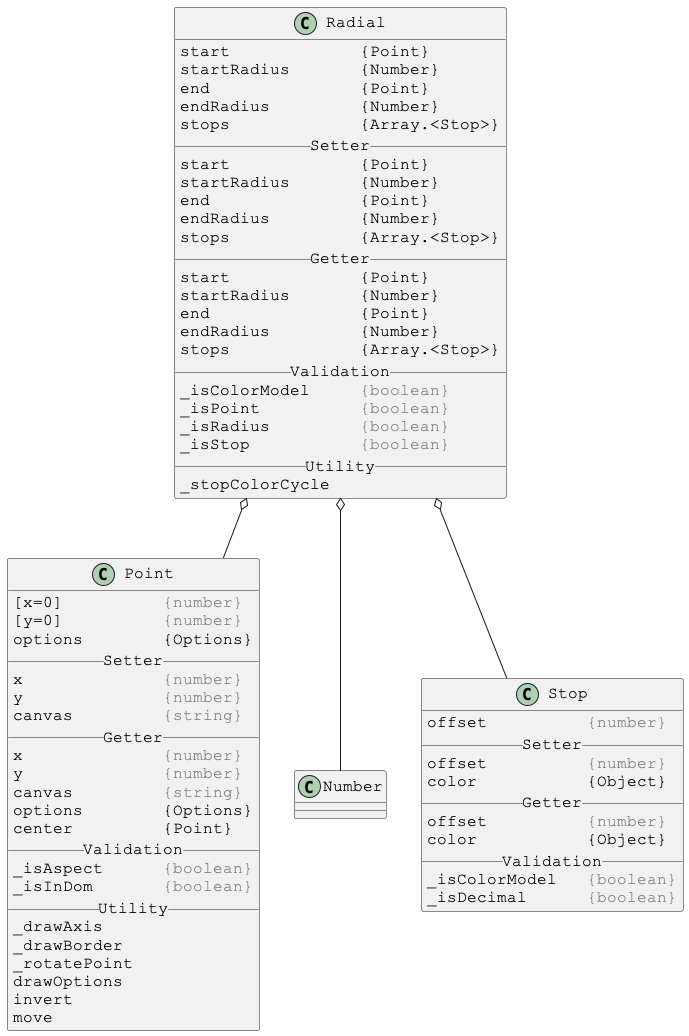
Justin-Byrne/canvasLab keeps this PlantUML diagram as docs/PlantUml/image/linked/Radial-linked.png. Above is the earlier version.
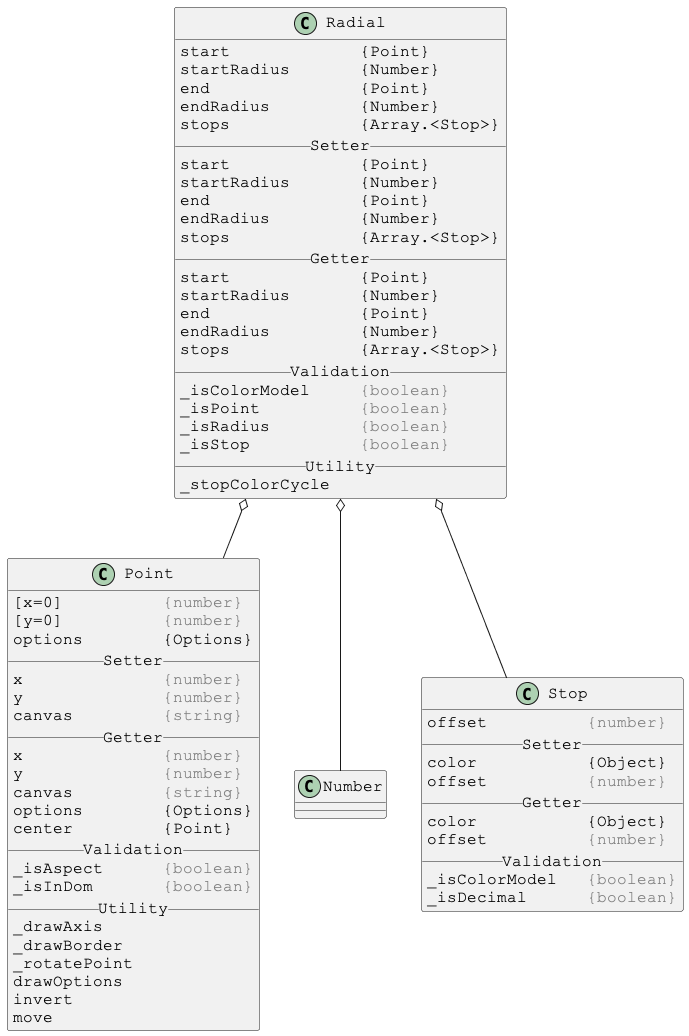
Above is the later version.

What changed in the source:
```diff
@@ -73,11 +73,11 @@
 class Stop {
 offset          <color:gray>{number}</color>
 __ Setter __
+color           {Object}
 offset          <color:gray>{number}</color>
+__ Getter __
 color           {Object}
-__ Getter __
 offset          <color:gray>{number}</color>
-color           {Object}
 __ Validation __
 _isColorModel   <color:gray>{boolean}</color>
 _isDecimal      <color:gray>{boolean}</color>
```
